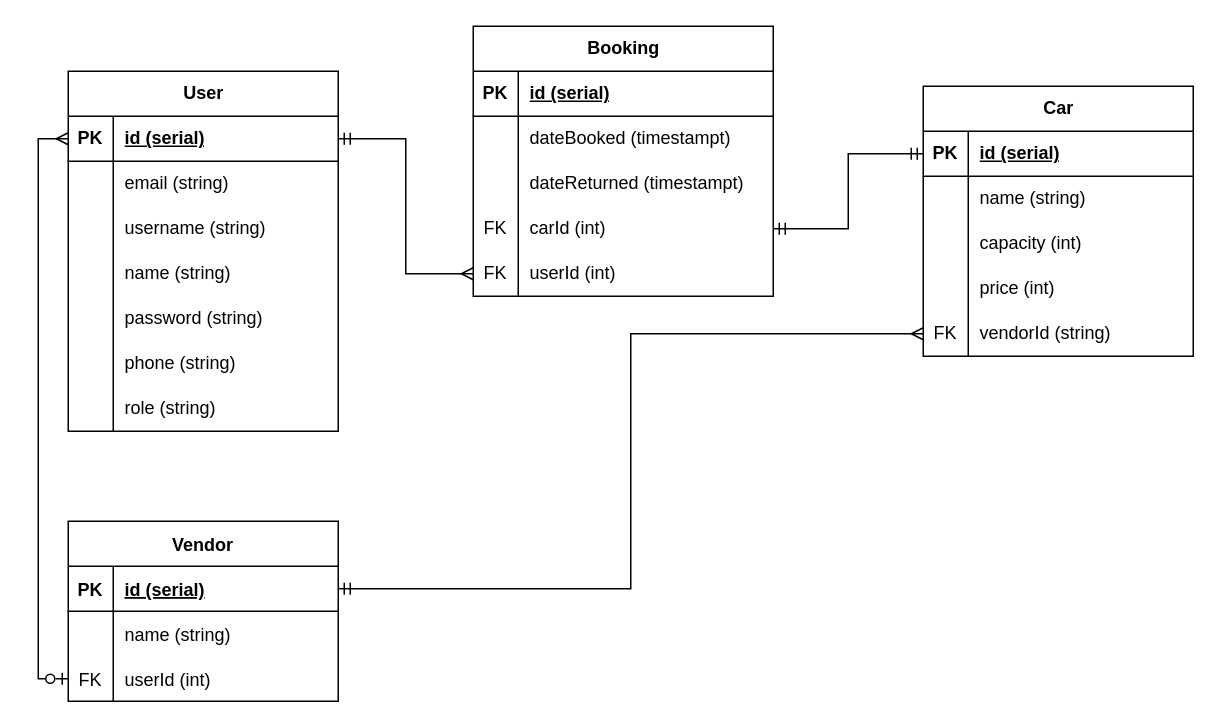
Earlier version of the draw.io diagram ERD.drawio (rahmaptr/rent-a-car). Source tidied: cells renumbered, new cells numbered last; positions are measured from the earlier drawing's top-left corner, leaving out a move shared by most shapes. Both pictures are drawn from the tidied source at 150%, with x=0, y=0 at pixel (68, 26).
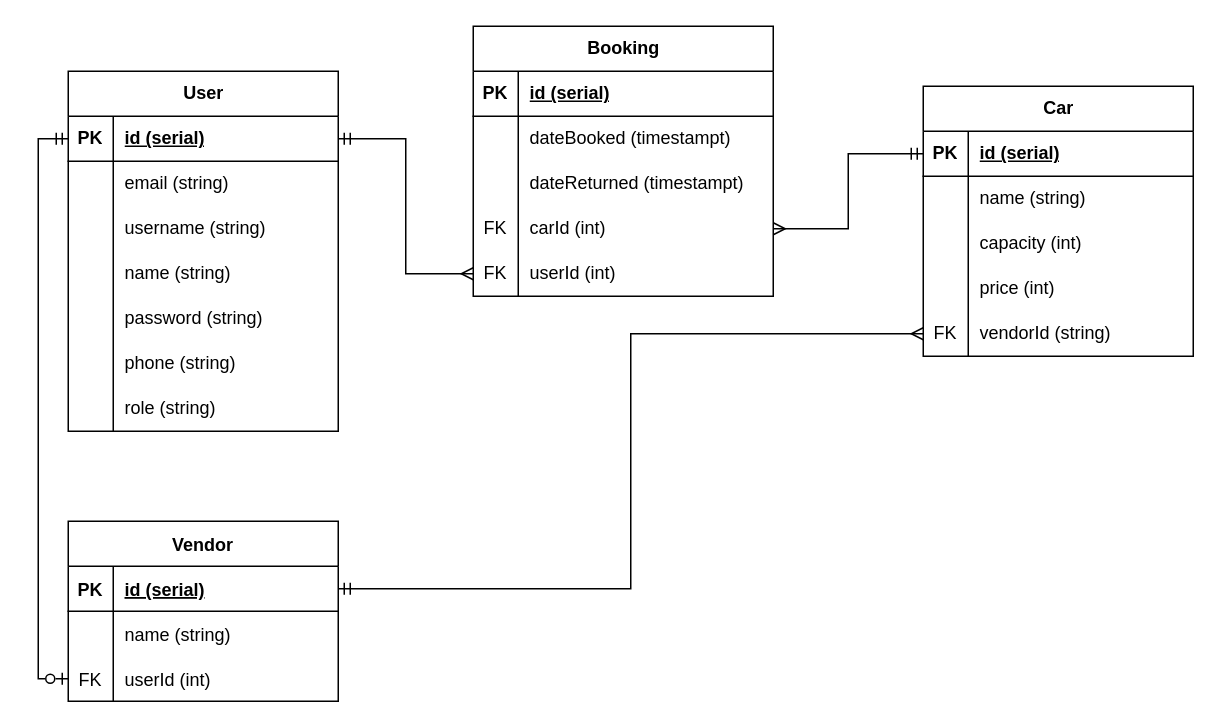
The same page after the edit.

Unchanged cells that the change refers to:
```xml
<mxCell id="3" style="shape=tableRow;horizontal=0;startSize=0;swimlaneHead=0;swimlaneBody=0;fillColor=none;points=[[0,0.5],[1,0.5]];portConstraint=eastwest;top=0;left=0;right=0;bottom=1;" parent="2" vertex="1">
  <mxGeometry y="30" width="180" height="30" as="geometry" />
</mxCell>
<mxCell id="34" style="shape=tableRow;horizontal=0;startSize=0;swimlaneHead=0;swimlaneBody=0;fillColor=none;points=[[0,0.5],[1,0.5]];portConstraint=eastwest;top=0;left=0;right=0;bottom=0;" parent="24" vertex="1">
  <mxGeometry y="120" width="200" height="30" as="geometry" />
</mxCell>
<mxCell id="41" style="shape=tableRow;horizontal=0;startSize=0;swimlaneHead=0;swimlaneBody=0;fillColor=none;points=[[0,0.5],[1,0.5]];portConstraint=eastwest;top=0;left=0;right=0;bottom=1;" parent="40" vertex="1">
  <mxGeometry y="30" width="180" height="30" as="geometry" />
</mxCell>
<mxCell id="63" style="shape=tableRow;horizontal=0;startSize=0;swimlaneHead=0;swimlaneBody=0;fillColor=none;points=[[0,0.5],[1,0.5]];portConstraint=eastwest;top=0;left=0;right=0;bottom=0;" parent="56" vertex="1">
  <mxGeometry y="90" width="180" height="30" as="geometry" />
</mxCell>
```

The edit, as a diff of the source:
```diff
@@
-    <mxCell id="66" style="edgeStyle=orthogonalEdgeStyle;rounded=0;jettySize=auto;html=1;exitX=0;exitY=0.5;exitDx=0;exitDy=0;entryX=0;entryY=0.5;entryDx=0;entryDy=0;endArrow=ERmany;endFill=0;startArrow=ERzeroToOne;startFill=0;" parent="1" edge="1" source="63" target="3">
+    <mxCell id="66" style="edgeStyle=orthogonalEdgeStyle;rounded=0;jettySize=auto;html=1;exitX=0;exitY=0.5;exitDx=0;exitDy=0;entryX=0;entryY=0.5;entryDx=0;entryDy=0;endArrow=ERmandOne;endFill=0;startArrow=ERzeroToOne;startFill=0;" parent="1" edge="1" source="63" target="3">
       <mxGeometry relative="1" as="geometry" />
     </mxCell>
@@
-    <mxCell id="68" style="edgeStyle=orthogonalEdgeStyle;rounded=0;jettySize=auto;html=1;exitX=1;exitY=0.5;exitDx=0;exitDy=0;startArrow=ERmandOne;startFill=0;endArrow=ERmandOne;endFill=0;" parent="1" edge="1" source="34" target="41">
+    <mxCell id="68" style="edgeStyle=orthogonalEdgeStyle;rounded=0;jettySize=auto;html=1;exitX=1;exitY=0.5;exitDx=0;exitDy=0;startArrow=ERmany;startFill=0;endArrow=ERmandOne;endFill=0;" parent="1" edge="1" source="34" target="41">
       <mxGeometry relative="1" as="geometry" />
     </mxCell>
```
